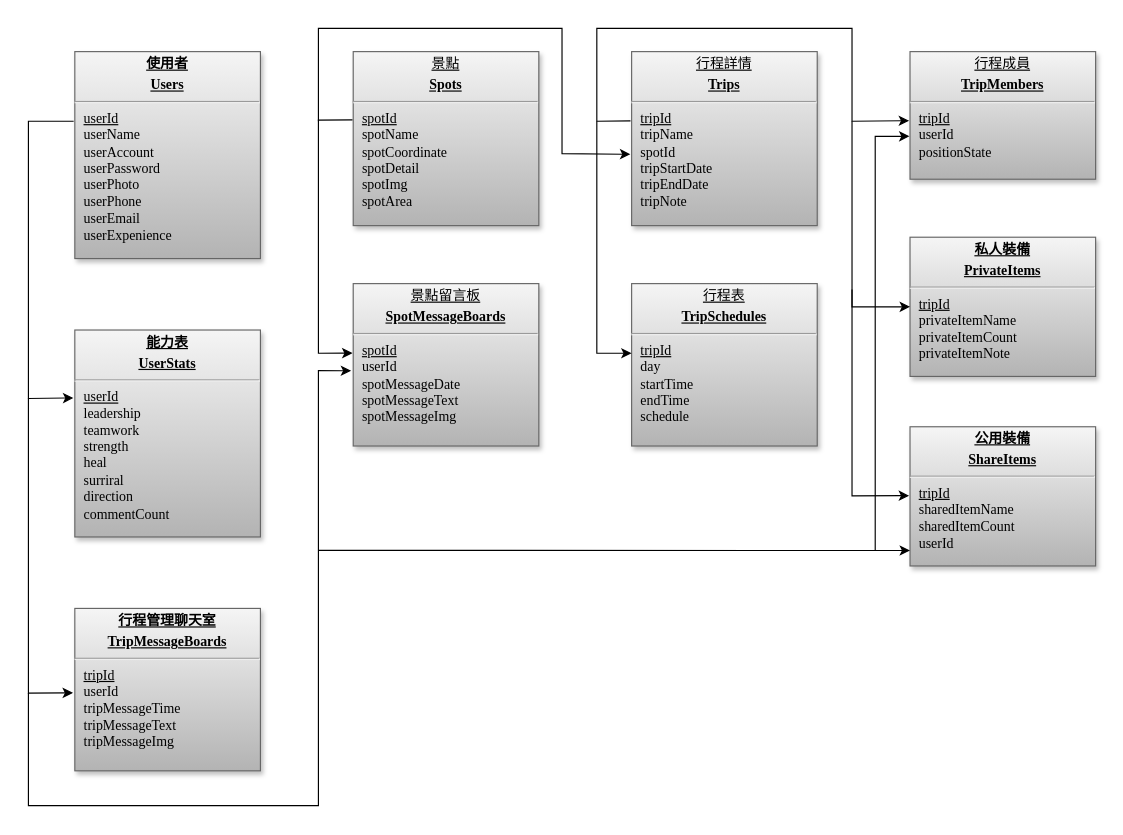
Earlier version of the draw.io diagram database/資料庫架構圖B.drawio (Vic1228/Explorer). Source tidied: cells renumbered, new cells numbered last; positions are measured from the earlier drawing's top-left corner, leaving out a move shared by most shapes. Both pictures are drawn from the tidied source at 116%, with x=0, y=0 at pixel (28, 28).
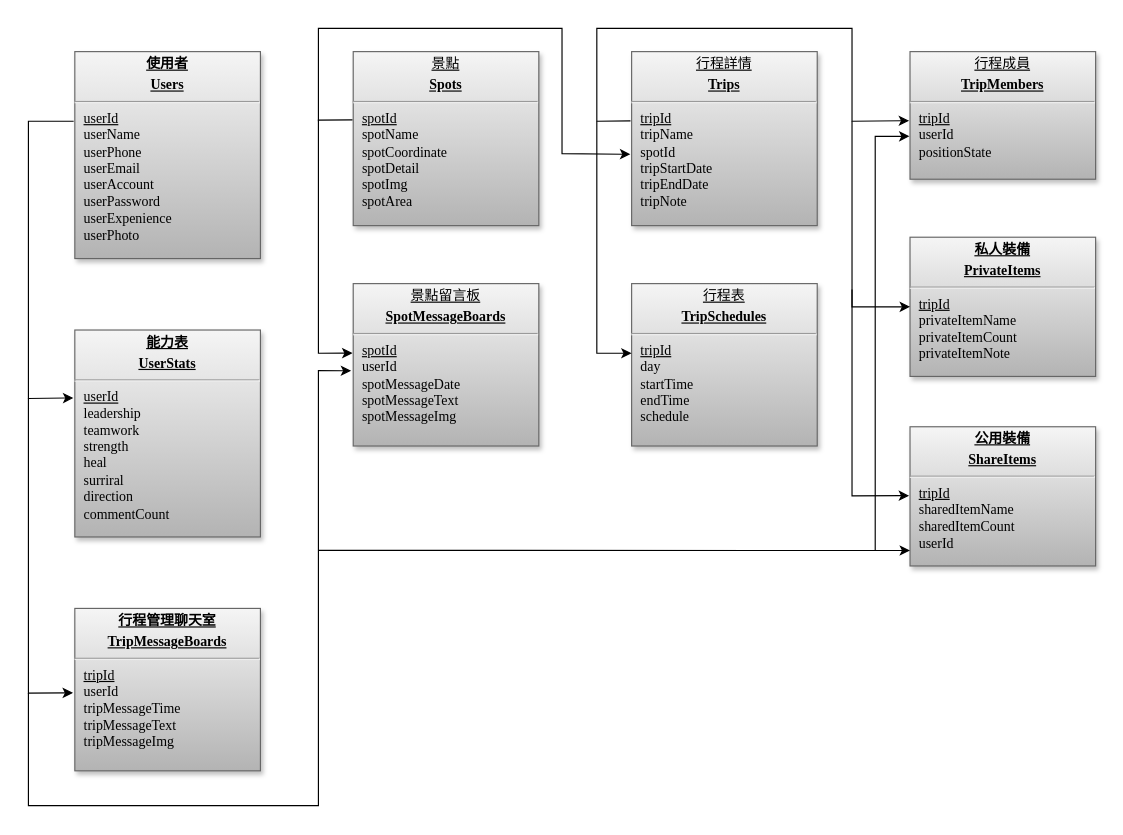
After the change.

Diff of the diagram source:
```diff
@@
-    <mxCell id="2" value="&lt;p style=&quot;text-align: center ; margin: 4px 0px 0px ; text-decoration: underline&quot;&gt;&lt;b&gt;使用者&lt;/b&gt;&lt;/p&gt;&lt;p style=&quot;text-align: center ; margin: 4px 0px 0px ; text-decoration: underline&quot;&gt;&lt;strong&gt;Users&lt;/strong&gt;&lt;/p&gt;&lt;hr&gt;&lt;p style=&quot;margin: 0px ; margin-left: 8px&quot;&gt;&lt;u&gt;userId&lt;/u&gt;&lt;/p&gt;&lt;p style=&quot;margin: 0px ; margin-left: 8px&quot;&gt;userName&lt;/p&gt;&lt;p style=&quot;margin: 0px ; margin-left: 8px&quot;&gt;userAccount&lt;/p&gt;&lt;p style=&quot;margin: 0px ; margin-left: 8px&quot;&gt;userPassword&lt;/p&gt;&lt;p style=&quot;margin: 0px 0px 0px 8px&quot;&gt;userPhoto&lt;/p&gt;&lt;p style=&quot;margin: 0px 0px 0px 8px&quot;&gt;userPhone&lt;br&gt;&lt;/p&gt;&lt;p style=&quot;margin: 0px 0px 0px 8px&quot;&gt;userEmail&lt;br&gt;&lt;/p&gt;&lt;p style=&quot;margin: 0px 0px 0px 8px&quot;&gt;userExpenience&lt;/p&gt;" style="verticalAlign=top;align=left;overflow=fill;fontSize=12;fontFamily=Times New Roman;html=1;strokeColor=#666666;shadow=1;fillColor=#f5f5f5;gradientColor=#b3b3b3;fontColor=#000000;" parent="1" vertex="1">
+    <mxCell id="2" value="&lt;p style=&quot;text-align: center ; margin: 4px 0px 0px ; text-decoration: underline&quot;&gt;&lt;b&gt;使用者&lt;/b&gt;&lt;/p&gt;&lt;p style=&quot;text-align: center ; margin: 4px 0px 0px ; text-decoration: underline&quot;&gt;&lt;strong&gt;Users&lt;/strong&gt;&lt;/p&gt;&lt;hr&gt;&lt;p style=&quot;margin: 0px 0px 0px 8px&quot;&gt;&lt;u&gt;userId&lt;/u&gt;&lt;/p&gt;&lt;p style=&quot;margin: 0px 0px 0px 8px&quot;&gt;userName&lt;/p&gt;&lt;p style=&quot;margin: 0px 0px 0px 8px&quot;&gt;userPhone&lt;br&gt;&lt;/p&gt;&lt;p style=&quot;margin: 0px 0px 0px 8px&quot;&gt;userEmail&lt;/p&gt;&lt;p style=&quot;margin: 0px 0px 0px 8px&quot;&gt;userAccount&lt;/p&gt;&lt;p style=&quot;margin: 0px 0px 0px 8px&quot;&gt;userPassword&lt;/p&gt;&lt;p style=&quot;margin: 0px 0px 0px 8px&quot;&gt;userExpenience&lt;/p&gt;&lt;p style=&quot;margin: 0px 0px 0px 8px&quot;&gt;userPhoto&lt;/p&gt;" style="verticalAlign=top;align=left;overflow=fill;fontSize=12;fontFamily=Times New Roman;html=1;strokeColor=#666666;shadow=1;fillColor=#f5f5f5;gradientColor=#b3b3b3;fontColor=#000000;" parent="1" vertex="1">
       <mxGeometry x="40" y="20" width="160" height="178.4" as="geometry" />
     </mxCell>
```
